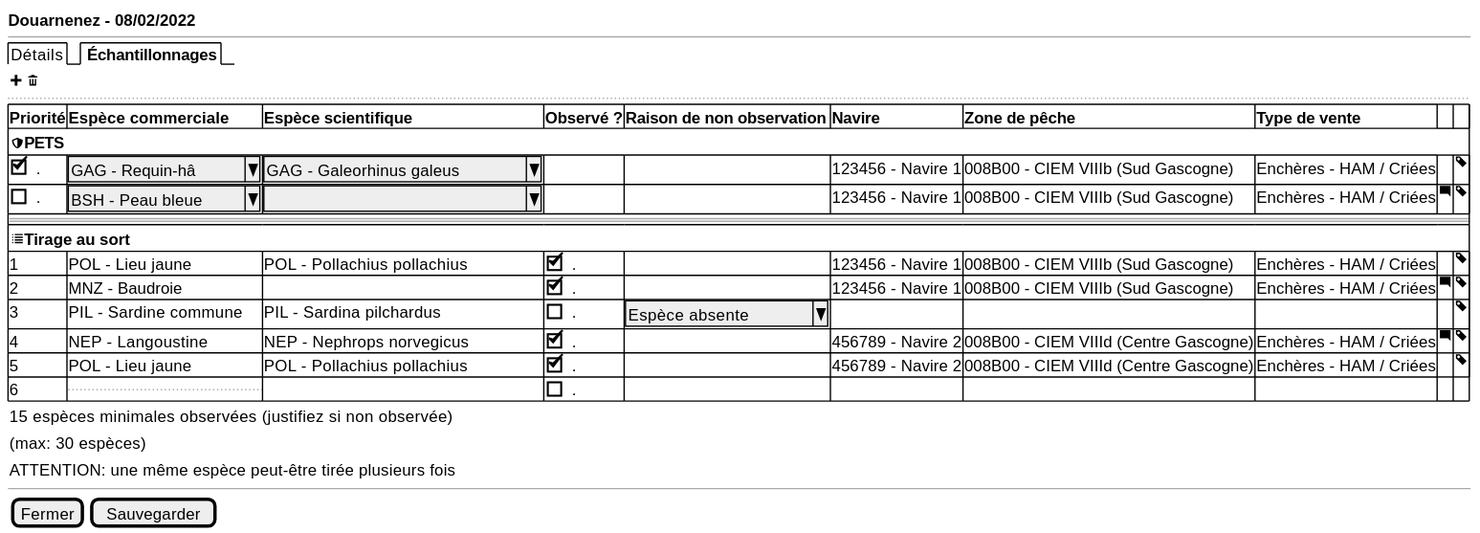
sumaris-net/sumaris-doc keeps this PlantUML diagram as projects/obsvente/spe/images/landings-table-pets-random.svg. Above is the earlier version. Its source is kept beside it as projects/obsvente/spe/images/landings-table-pets-random.puml.
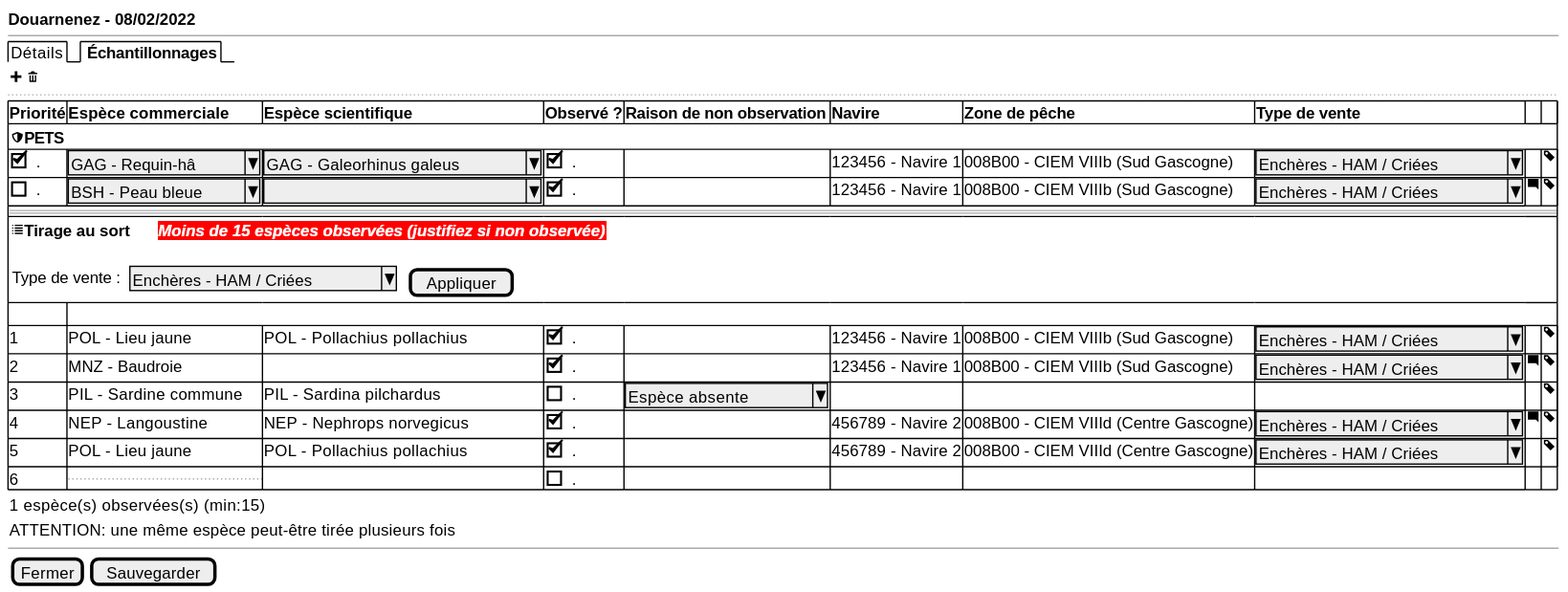
The same diagram one commit later.

What changed in the source:
```diff
@@ -15,23 +15,24 @@
          {
           <&shield><b>PETS
          } | * | * | * | * | * | * | * | * | * | *
-        [X]. | ^GAG - Requin-hâ ^ | ^GAG - Galeorhinus galeus^ | . | . | 123456 - Navire 1 | 008B00 - CIEM VIIIb (Sud Gascogne) | Enchères - HAM / Criées | . | <&tag>
-        []. | ^BSH - Peau bleue^ | ^                        ^ | . | . | 123456 - Navire 1 | 008B00 - CIEM VIIIb (Sud Gascogne) | Enchères - HAM / Criées | <&comment-square> | <&tag>
+        [X]. | ^GAG - Requin-hâ ^ | ^GAG - Galeorhinus galeus^ | [X]. | . | 123456 - Navire 1 | 008B00 - CIEM VIIIb (Sud Gascogne) | ^Enchères - HAM / Criées^ | . | <&tag>
+        []. | ^BSH - Peau bleue^ | ^                        ^ | [X]. | . | 123456 - Navire 1 | 008B00 - CIEM VIIIb (Sud Gascogne) | ^Enchères - HAM / Criées^ | <&comment-square> | <&tag>
         == | * | * | * | * | * | * | * | * | * | *
          {
-             <&list><b>Tirage au sort
+             <&list><b>Tirage au sort       <back:red><font color=white><i>Moins de 15 espèces observées (justifiez si non observée)
+             .
+             { Type de vente : | . | ^Enchères - HAM / Criées^ | . | [Appliquer] }
          } | * | * | * | * | * | * | * | * | * | *
-        1 | POL - Lieu jaune | POL - Pollachius pollachius | [X]. | . | 123456 - Navire 1 | 008B00 - CIEM VIIIb (Sud Gascogne) | Enchères - HAM / Criées | . | <&tag>
-        2 | MNZ - Baudroie | . |  [X]. | . | 123456 - Navire 1 | 008B00 - CIEM VIIIb (Sud Gascogne) | Enchères - HAM / Criées | <&comment-square> | <&tag>
+        .
+        1 | POL - Lieu jaune | POL - Pollachius pollachius | [X]. | . | 123456 - Navire 1 | 008B00 - CIEM VIIIb (Sud Gascogne) | ^Enchères - HAM / Criées^ | . | <&tag>
+        2 | MNZ - Baudroie | . |  [X]. | . | 123456 - Navire 1 | 008B00 - CIEM VIIIb (Sud Gascogne) | ^Enchères - HAM / Criées^ | <&comment-square> | <&tag>
         3 | PIL - Sardine commune | PIL - Sardina pilchardus | [ ]. | ^ Espèce absente  ^  | . | . | . | . | <&tag>
-        4 | NEP - Langoustine | NEP - Nephrops norvegicus | [X]. | . | 456789 - Navire 2 | 008B00 - CIEM VIIId (Centre Gascogne) | Enchères - HAM / Criées | <&comment-square> | <&tag>
-        5 | POL - Lieu jaune | POL - Pollachius pollachius | [X]. | . | 456789 - Navire 2 | 008B00 - CIEM VIIId (Centre Gascogne) | Enchères - HAM / Criées | . | <&tag>
+        4 | NEP - Langoustine | NEP - Nephrops norvegicus | [X]. | . | 456789 - Navire 2 | 008B00 - CIEM VIIId (Centre Gascogne) | ^Enchères - HAM / Criées^ | <&comment-square> | <&tag>
+        5 | POL - Lieu jaune | POL - Pollachius pollachius | [X]. | . | 456789 - Navire 2 | 008B00 - CIEM VIIId (Centre Gascogne) | ^Enchères - HAM / Criées^ | . | <&tag>
         6 | ... | . | [ ] . | . | . | . | . | .
 
     }
-    { 15 espèces minimales observées (justifiez si non observée) }
-
-    { (max: 30 espèces) }
+    { 1 espèce(s) observées(s) (min:15)  }
 
     { ATTENTION: une même espèce peut-être tirée plusieurs fois }
   --
```
